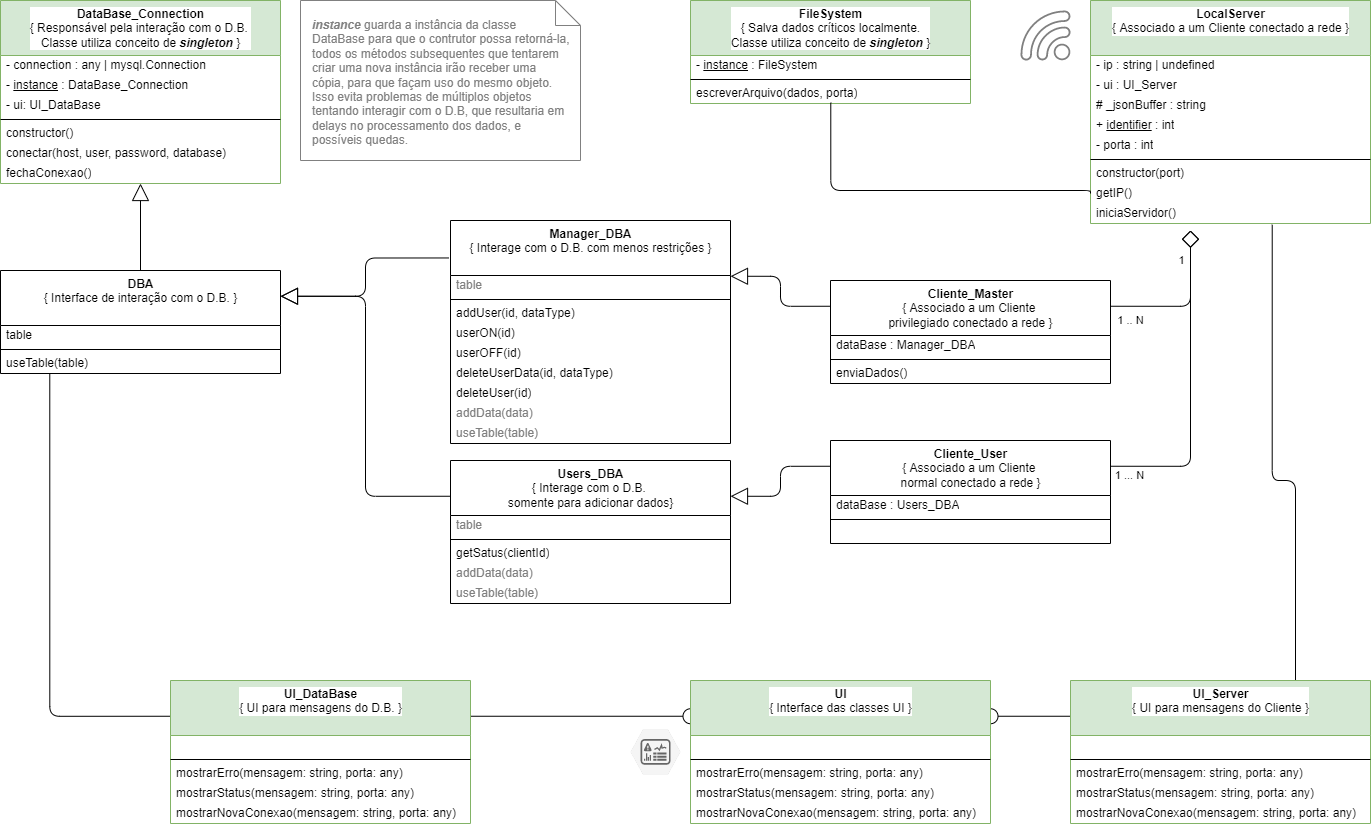
This is media/MKSENSE.drawio.png from DIEGOVZK/MKSENSE, a draw.io export, as it was before one commit. Source tidied: cells renumbered, new cells last; positions are measured from the earlier drawing's top-left corner, leaving out a move shared by most shapes.
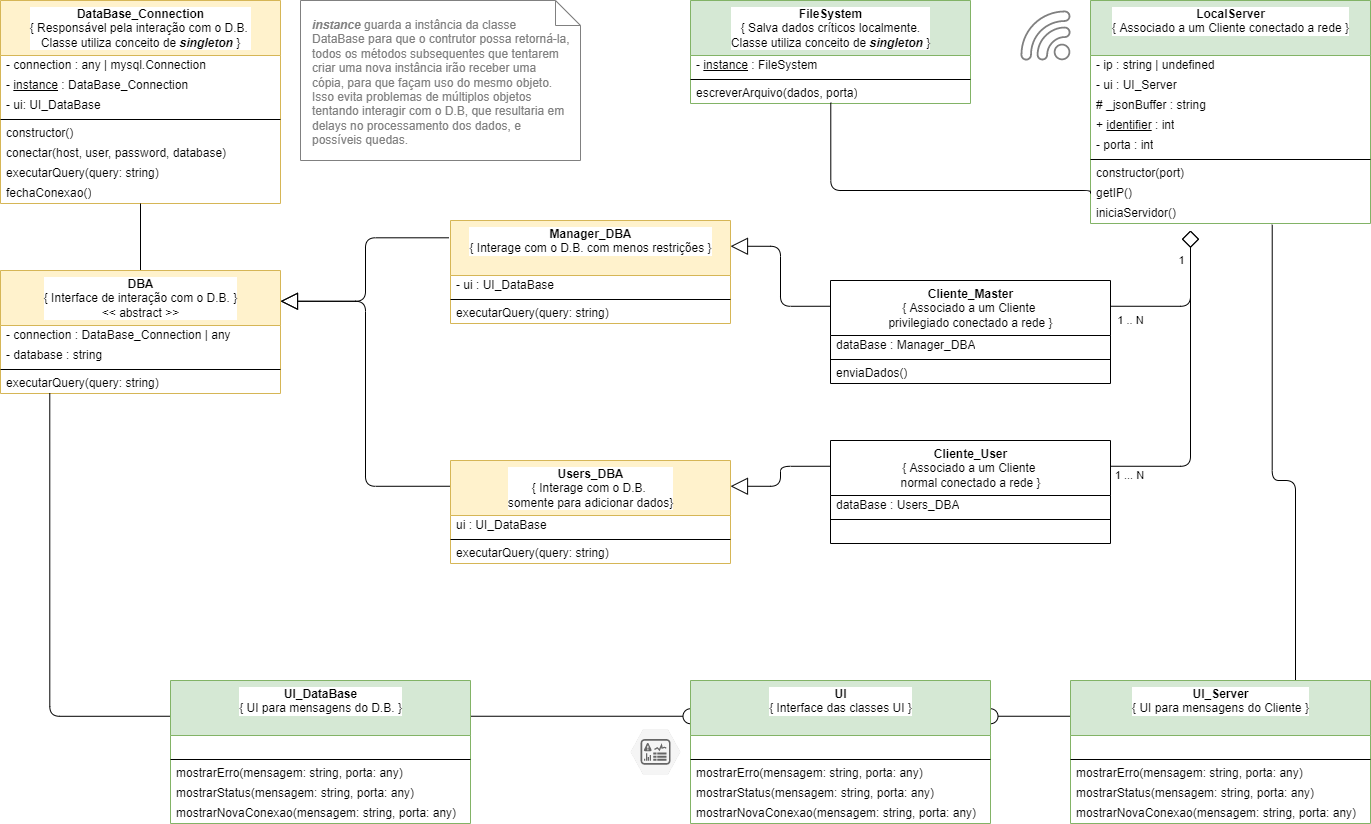
After the commit.

The edit, as a diff of the source:
```diff
@@ -2,8 +2,8 @@
   <root>
     <mxCell id="0" />
     <mxCell id="1" parent="0" />
-    <mxCell id="2" value="&lt;b&gt;DataBase_Connection&lt;br&gt;&lt;/b&gt;{ Responsável pela interação com o D.B. &lt;br&gt;Classe utiliza conceito de &lt;i&gt;&lt;b&gt;singleton&lt;/b&gt;&lt;/i&gt; }" style="swimlane;fontStyle=0;align=center;verticalAlign=top;horizontal=1;startSize=55;html=1;labelBackgroundColor=#FFFFFF;labelBorderColor=none;fillColor=#d5e8d4;strokeColor=#82b366;" parent="1" vertex="1">
-      <mxGeometry width="280" height="183" as="geometry" />
+    <mxCell id="2" value="&lt;b&gt;DataBase_Connection&lt;br&gt;&lt;/b&gt;{ Responsável pela interação com o D.B. &lt;br&gt;Classe utiliza conceito de &lt;i&gt;&lt;b&gt;singleton&lt;/b&gt;&lt;/i&gt; }" style="swimlane;fontStyle=0;align=center;verticalAlign=top;horizontal=1;startSize=55;html=1;labelBackgroundColor=#FFFFFF;labelBorderColor=none;fillColor=#fff2cc;strokeColor=#d6b656;" parent="1" vertex="1">
+      <mxGeometry width="280" height="203" as="geometry" />
     </mxCell>
     <mxCell id="3" value="- connection : any | mysql.Connection" style="text;html=1;strokeColor=none;fillColor=none;align=left;verticalAlign=middle;spacingLeft=4;spacingRight=4;overflow=hidden;labelBackgroundColor=#FFFFFF;labelBorderColor=none;" parent="2" vertex="1">
       <mxGeometry y="55" width="280" height="20" as="geometry" />
@@ -23,10 +23,13 @@
     <mxCell id="8" value="conectar(host, user, password, database)&amp;nbsp;" style="text;html=1;strokeColor=none;fillColor=none;align=left;verticalAlign=middle;spacingLeft=4;spacingRight=4;overflow=hidden;labelBackgroundColor=#FFFFFF;labelBorderColor=none;" parent="2" vertex="1">
       <mxGeometry y="143" width="280" height="20" as="geometry" />
     </mxCell>
+    <mxCell id="89" value="executarQuery(query: string)" style="text;html=1;strokeColor=none;fillColor=none;align=left;verticalAlign=middle;spacingLeft=4;spacingRight=4;overflow=hidden;labelBackgroundColor=#FFFFFF;labelBorderColor=none;" parent="2" vertex="1">
+      <mxGeometry y="163" width="280" height="20" as="geometry" />
+    </mxCell>
     <mxCell id="9" value="fechaConexao()" style="text;html=1;strokeColor=none;fillColor=none;align=left;verticalAlign=middle;spacingLeft=4;spacingRight=4;overflow=hidden;labelBackgroundColor=#FFFFFF;labelBorderColor=none;" parent="2" vertex="1">
-      <mxGeometry y="163" width="280" height="20" as="geometry" />
+      <mxGeometry y="183" width="280" height="20" as="geometry" />
     </mxCell>
-    <mxCell id="10" style="edgeStyle=none;html=1;entryX=0.5;entryY=1;entryDx=0;entryDy=0;endArrow=block;endFill=0;startArrow=none;startFill=0;endSize=15;labelBackgroundColor=#FFFFFF;labelBorderColor=none;" parent="1" edge="1" source="13" target="2">
+    <mxCell id="10" style="edgeStyle=none;html=1;entryX=0.5;entryY=1;entryDx=0;entryDy=0;endArrow=none;endFill=0;startArrow=none;startFill=0;endSize=15;labelBackgroundColor=#FFFFFF;labelBorderColor=none;" parent="1" edge="1" source="13" target="2">
       <mxGeometry relative="1" as="geometry" />
     </mxCell>
     <mxCell id="11" style="edgeStyle=orthogonalEdgeStyle;html=1;entryX=-0.006;entryY=0.168;entryDx=0;entryDy=0;shadow=0;fontColor=#000000;startArrow=block;startFill=0;endArrow=none;endFill=0;startSize=15;endSize=15;sourcePerimeterSpacing=0;targetPerimeterSpacing=1;labelBackgroundColor=#FFFFFF;labelBorderColor=none;exitX=1;exitY=0.25;exitDx=0;exitDy=0;entryPerimeter=0;" parent="1" edge="1" source="13" target="58">
@@ -35,17 +38,20 @@
     <mxCell id="12" style="edgeStyle=orthogonalEdgeStyle;html=1;entryX=0;entryY=0.25;entryDx=0;entryDy=0;shadow=0;fontColor=#000000;startArrow=block;startFill=0;endArrow=none;endFill=0;startSize=15;endSize=15;sourcePerimeterSpacing=0;targetPerimeterSpacing=1;labelBackgroundColor=#FFFFFF;labelBorderColor=none;exitX=1;exitY=0.25;exitDx=0;exitDy=0;" parent="1" edge="1" source="13" target="69">
       <mxGeometry relative="1" as="geometry" />
     </mxCell>
-    <mxCell id="13" value="&lt;b&gt;DBA&lt;/b&gt;&lt;br&gt;{ Interface de interação com o D.B. }" style="swimlane;fontStyle=0;align=center;verticalAlign=top;horizontal=1;startSize=55;html=1;labelBackgroundColor=#FFFFFF;labelBorderColor=none;" parent="1" vertex="1">
-      <mxGeometry y="270" width="280" height="103" as="geometry" />
+    <mxCell id="13" value="&lt;b&gt;DBA&lt;/b&gt;&lt;br&gt;{ Interface de interação com o D.B. }&lt;br&gt;&amp;lt;&amp;lt; abstract &amp;gt;&amp;gt;" style="swimlane;fontStyle=0;align=center;verticalAlign=top;horizontal=1;startSize=55;html=1;labelBackgroundColor=#FFFFFF;labelBorderColor=none;fillColor=#fff2cc;strokeColor=#d6b656;" parent="1" vertex="1">
+      <mxGeometry y="270" width="280" height="123" as="geometry" />
     </mxCell>
-    <mxCell id="14" value="table" style="text;html=1;strokeColor=none;fillColor=none;align=left;verticalAlign=middle;spacingLeft=4;spacingRight=4;overflow=hidden;labelBackgroundColor=#FFFFFF;labelBorderColor=none;" parent="13" vertex="1">
-      <mxGeometry y="55" width="280" height="20" as="geometry" />
-    </mxCell>
+    <mxCell id="90" value="- connection : DataBase_Connection | any" style="text;html=1;strokeColor=none;fillColor=none;align=left;verticalAlign=middle;spacingLeft=4;spacingRight=4;overflow=hidden;labelBackgroundColor=#FFFFFF;labelBorderColor=none;" parent="13" vertex="1">
+      <mxGeometry y="55" width="280" height="20" as="geometry" />
+    </mxCell>
+    <mxCell id="91" value="- database : string" style="text;html=1;strokeColor=none;fillColor=none;align=left;verticalAlign=middle;spacingLeft=4;spacingRight=4;overflow=hidden;labelBackgroundColor=#FFFFFF;labelBorderColor=none;" parent="13" vertex="1">
+      <mxGeometry y="75" width="280" height="20" as="geometry" />
+    </mxCell>
     <mxCell id="15" style="line;strokeWidth=1;fillColor=none;align=left;verticalAlign=middle;spacingTop=-1;spacingLeft=3;spacingRight=3;labelPosition=right;labelBackgroundColor=#FFFFFF;labelBorderColor=none;" parent="13" vertex="1">
-      <mxGeometry y="75" width="280" height="8" as="geometry" />
+      <mxGeometry y="95" width="280" height="8" as="geometry" />
     </mxCell>
-    <mxCell id="16" value="useTable(table)" style="text;html=1;strokeColor=none;fillColor=none;align=left;verticalAlign=middle;spacingLeft=4;spacingRight=4;overflow=hidden;points=[[0,0.5],[1,0.5]];portConstraint=eastwest;labelBackgroundColor=#FFFFFF;labelBorderColor=none;" parent="13" vertex="1">
-      <mxGeometry y="83" width="280" height="20" as="geometry" />
+    <mxCell id="16" value="executarQuery(query: string)" style="text;html=1;strokeColor=none;fillColor=none;align=left;verticalAlign=middle;spacingLeft=4;spacingRight=4;overflow=hidden;points=[[0,0.5],[1,0.5]];portConstraint=eastwest;labelBackgroundColor=#FFFFFF;labelBorderColor=none;" parent="13" vertex="1">
+      <mxGeometry y="103" width="280" height="20" as="geometry" />
     </mxCell>
     <mxCell id="17" value="&lt;b&gt;LocalServer&lt;br&gt;&lt;/b&gt;{ Associado a um Cliente conectado a rede }" style="swimlane;fontStyle=0;align=center;verticalAlign=top;horizontal=1;startSize=55;html=1;labelBackgroundColor=#FFFFFF;labelBorderColor=none;fillColor=#d5e8d4;strokeColor=#82b366;" parent="1" vertex="1">
       <mxGeometry x="1090" width="280" height="223" as="geometry" />
@@ -177,57 +183,33 @@
     <mxCell id="57" style="edgeStyle=orthogonalEdgeStyle;html=1;exitX=1;exitY=0.25;exitDx=0;exitDy=0;entryX=0;entryY=0.25;entryDx=0;entryDy=0;shadow=0;fontColor=#000000;startArrow=block;startFill=0;endArrow=none;endFill=0;startSize=15;endSize=15;sourcePerimeterSpacing=0;targetPerimeterSpacing=1;labelBackgroundColor=#FFFFFF;labelBorderColor=none;" parent="1" edge="1" source="58" target="79">
       <mxGeometry relative="1" as="geometry" />
     </mxCell>
-    <mxCell id="58" value="&lt;b&gt;Manager_DBA&lt;/b&gt;&lt;br&gt;{ Interage com o D.B. com menos restrições }" style="swimlane;fontStyle=0;align=center;verticalAlign=top;horizontal=1;startSize=55;html=1;labelBackgroundColor=#FFFFFF;labelBorderColor=none;" parent="1" vertex="1">
-      <mxGeometry x="450" y="220" width="280" height="223" as="geometry" />
+    <mxCell id="58" value="&lt;b&gt;Manager_DBA&lt;/b&gt;&lt;br&gt;{ Interage com o D.B. com menos restrições }" style="swimlane;fontStyle=0;align=center;verticalAlign=top;horizontal=1;startSize=55;html=1;labelBackgroundColor=#FFFFFF;labelBorderColor=none;fillColor=#fff2cc;strokeColor=#d6b656;" parent="1" vertex="1">
+      <mxGeometry x="450" y="220" width="280" height="103" as="geometry" />
     </mxCell>
-    <mxCell id="59" value="&lt;font color=&quot;#808080&quot;&gt;table&lt;/font&gt;" style="text;html=1;strokeColor=none;fillColor=none;align=left;verticalAlign=middle;spacingLeft=4;spacingRight=4;overflow=hidden;labelBackgroundColor=#FFFFFF;labelBorderColor=none;" parent="58" vertex="1">
-      <mxGeometry y="55" width="280" height="20" as="geometry" />
-    </mxCell>
+    <mxCell id="92" value="&lt;font&gt;- ui : UI_DataBase&lt;/font&gt;" style="text;html=1;align=left;verticalAlign=middle;spacingLeft=4;spacingRight=4;overflow=hidden;labelBackgroundColor=#FFFFFF;labelBorderColor=none;fontColor=#000000;" parent="58" vertex="1">
+      <mxGeometry y="55" width="280" height="20" as="geometry" />
+    </mxCell>
     <mxCell id="60" style="line;strokeWidth=1;fillColor=none;align=left;verticalAlign=middle;spacingTop=-1;spacingLeft=3;spacingRight=3;labelPosition=right;labelBackgroundColor=#FFFFFF;labelBorderColor=none;" parent="58" vertex="1">
       <mxGeometry y="75" width="280" height="8" as="geometry" />
     </mxCell>
-    <mxCell id="61" value="addUser(id, dataType)" style="text;html=1;align=left;verticalAlign=middle;spacingLeft=4;spacingRight=4;overflow=hidden;labelBackgroundColor=#FFFFFF;labelBorderColor=none;" parent="58" vertex="1">
-      <mxGeometry y="83" width="280" height="20" as="geometry" />
-    </mxCell>
-    <mxCell id="62" value="userON(id)" style="text;html=1;align=left;verticalAlign=middle;spacingLeft=4;spacingRight=4;overflow=hidden;labelBackgroundColor=#FFFFFF;labelBorderColor=none;" parent="58" vertex="1">
-      <mxGeometry y="103" width="280" height="20" as="geometry" />
-    </mxCell>
-    <mxCell id="63" value="userOFF(id)" style="text;html=1;align=left;verticalAlign=middle;spacingLeft=4;spacingRight=4;overflow=hidden;labelBackgroundColor=#FFFFFF;labelBorderColor=none;" parent="58" vertex="1">
-      <mxGeometry y="123" width="280" height="20" as="geometry" />
-    </mxCell>
-    <mxCell id="64" value="deleteUserData(id, dataType)" style="text;html=1;align=left;verticalAlign=middle;spacingLeft=4;spacingRight=4;overflow=hidden;labelBackgroundColor=#FFFFFF;labelBorderColor=none;" parent="58" vertex="1">
-      <mxGeometry y="143" width="280" height="20" as="geometry" />
-    </mxCell>
-    <mxCell id="65" value="deleteUser(id)" style="text;html=1;align=left;verticalAlign=middle;spacingLeft=4;spacingRight=4;overflow=hidden;labelBackgroundColor=#FFFFFF;labelBorderColor=none;" parent="58" vertex="1">
-      <mxGeometry y="163" width="280" height="20" as="geometry" />
-    </mxCell>
-    <mxCell id="66" value="&lt;font color=&quot;#808080&quot;&gt;addData(data)&lt;/font&gt;" style="text;html=1;strokeColor=none;fillColor=none;align=left;verticalAlign=middle;spacingLeft=4;spacingRight=4;overflow=hidden;labelBackgroundColor=#FFFFFF;labelBorderColor=none;" parent="58" vertex="1">
-      <mxGeometry y="183" width="280" height="20" as="geometry" />
-    </mxCell>
-    <mxCell id="67" value="&lt;font color=&quot;#808080&quot;&gt;useTable(table)&lt;/font&gt;" style="text;html=1;strokeColor=none;fillColor=none;align=left;verticalAlign=middle;spacingLeft=4;spacingRight=4;overflow=hidden;labelBackgroundColor=#FFFFFF;labelBorderColor=none;" parent="58" vertex="1">
-      <mxGeometry y="203" width="280" height="20" as="geometry" />
-    </mxCell>
+    <mxCell id="93" value="executarQuery(query: string)" style="text;html=1;strokeColor=none;fillColor=none;align=left;verticalAlign=middle;spacingLeft=4;spacingRight=4;overflow=hidden;labelBackgroundColor=#FFFFFF;labelBorderColor=none;" parent="58" vertex="1">
+      <mxGeometry y="83" width="280" height="20" as="geometry" />
+    </mxCell>
     <mxCell id="68" style="edgeStyle=orthogonalEdgeStyle;html=1;exitX=1;exitY=0.25;exitDx=0;exitDy=0;entryX=0;entryY=0.25;entryDx=0;entryDy=0;shadow=0;fontColor=#000000;startArrow=block;startFill=0;endArrow=none;endFill=0;startSize=15;endSize=15;sourcePerimeterSpacing=0;targetPerimeterSpacing=1;labelBackgroundColor=#FFFFFF;labelBorderColor=none;" parent="1" edge="1" source="69" target="28">
       <mxGeometry relative="1" as="geometry" />
     </mxCell>
-    <mxCell id="69" value="&lt;b&gt;Users_DBA&lt;/b&gt;&lt;br&gt;{ Interage com o D.B. &lt;br&gt;somente para adicionar dados}" style="swimlane;fontStyle=0;align=center;verticalAlign=top;horizontal=1;startSize=55;html=1;labelBackgroundColor=#FFFFFF;labelBorderColor=none;" parent="1" vertex="1">
-      <mxGeometry x="450" y="460" width="280" height="143" as="geometry" />
+    <mxCell id="69" value="&lt;b&gt;Users_DBA&lt;/b&gt;&lt;br&gt;{ Interage com o D.B. &lt;br&gt;somente para adicionar dados}" style="swimlane;fontStyle=0;align=center;verticalAlign=top;horizontal=1;startSize=55;html=1;labelBackgroundColor=#FFFFFF;labelBorderColor=none;fillColor=#fff2cc;strokeColor=#d6b656;" parent="1" vertex="1">
+      <mxGeometry x="450" y="460" width="280" height="103" as="geometry" />
     </mxCell>
-    <mxCell id="70" value="&lt;font color=&quot;#808080&quot;&gt;table&lt;/font&gt;" style="text;html=1;strokeColor=none;fillColor=none;align=left;verticalAlign=middle;spacingLeft=4;spacingRight=4;overflow=hidden;labelBackgroundColor=#FFFFFF;labelBorderColor=none;" parent="69" vertex="1">
-      <mxGeometry y="55" width="280" height="20" as="geometry" />
-    </mxCell>
+    <mxCell id="94" value="&lt;font&gt;ui : UI_DataBase&lt;/font&gt;" style="text;html=1;align=left;verticalAlign=middle;spacingLeft=4;spacingRight=4;overflow=hidden;labelBackgroundColor=#FFFFFF;labelBorderColor=none;fontColor=#000000;" parent="69" vertex="1">
+      <mxGeometry y="55" width="280" height="20" as="geometry" />
+    </mxCell>
     <mxCell id="71" style="line;strokeWidth=1;fillColor=none;align=left;verticalAlign=middle;spacingTop=-1;spacingLeft=3;spacingRight=3;labelPosition=right;labelBackgroundColor=#FFFFFF;labelBorderColor=none;" parent="69" vertex="1">
       <mxGeometry y="75" width="280" height="8" as="geometry" />
     </mxCell>
-    <mxCell id="72" value="getSatus(clientId)" style="text;html=1;strokeColor=none;fillColor=none;align=left;verticalAlign=middle;spacingLeft=4;spacingRight=4;overflow=hidden;labelBackgroundColor=#FFFFFF;labelBorderColor=none;" parent="69" vertex="1">
-      <mxGeometry y="83" width="280" height="20" as="geometry" />
-    </mxCell>
-    <mxCell id="73" value="&lt;font color=&quot;#808080&quot;&gt;addData(data)&lt;/font&gt;" style="text;html=1;strokeColor=none;fillColor=none;align=left;verticalAlign=middle;spacingLeft=4;spacingRight=4;overflow=hidden;labelBackgroundColor=#FFFFFF;labelBorderColor=none;" parent="69" vertex="1">
-      <mxGeometry y="103" width="280" height="20" as="geometry" />
-    </mxCell>
-    <mxCell id="74" value="&lt;font color=&quot;#808080&quot;&gt;useTable(table)&lt;/font&gt;" style="text;html=1;strokeColor=none;fillColor=none;align=left;verticalAlign=middle;spacingLeft=4;spacingRight=4;overflow=hidden;labelBackgroundColor=#FFFFFF;labelBorderColor=none;" parent="69" vertex="1">
-      <mxGeometry y="123" width="280" height="20" as="geometry" />
-    </mxCell>
+    <mxCell id="95" value="executarQuery(query: string)" style="text;html=1;strokeColor=none;fillColor=none;align=left;verticalAlign=middle;spacingLeft=4;spacingRight=4;overflow=hidden;labelBackgroundColor=#FFFFFF;labelBorderColor=none;" parent="69" vertex="1">
+      <mxGeometry y="83" width="280" height="20" as="geometry" />
+    </mxCell>
     <mxCell id="75" style="edgeStyle=orthogonalEdgeStyle;html=1;exitX=1;exitY=0.25;exitDx=0;exitDy=0;shadow=0;fontColor=#000000;startArrow=none;startFill=0;endArrow=diamond;endFill=0;startSize=15;endSize=15;sourcePerimeterSpacing=0;targetPerimeterSpacing=1;labelBackgroundColor=#FFFFFF;labelBorderColor=none;" parent="1" edge="1" source="79">
       <mxGeometry relative="1" as="geometry">
         <mxPoint x="1190" y="230" as="targetPoint" />
```
